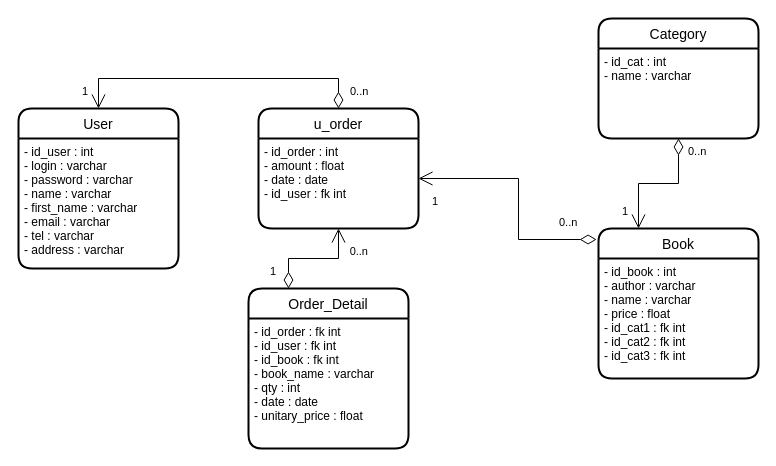
Before: page "DB_diag" (5 of 6) of files/eval_sara_v3.drawio in Saralune/Eval_JSA_2022, a draw.io diagram. Source tidied: cells renumbered, new cells numbered last; positions are measured from the earlier drawing's top-left corner, leaving out a move shared by most shapes. Both pictures are drawn from the tidied source at 100%, with x=0, y=0 at pixel (18, 18).
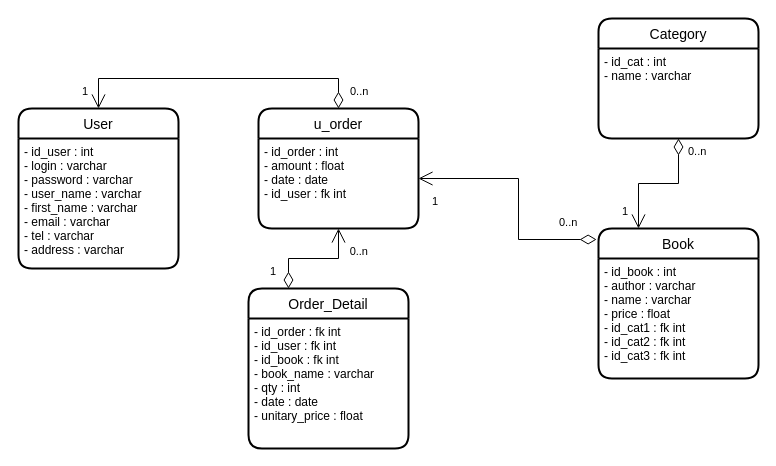
The same diagram, later.

Unchanged cells that the change refers to:
```xml
<mxCell id="2" value="User" style="swimlane;horizontal=1;startSize=30;rounded=1;fontSize=14;fontStyle=0;strokeWidth=2;shadow=0;dashed=0;align=center;" parent="1" vertex="1">
  <mxGeometry y="90" width="160" height="160" as="geometry" />
</mxCell>
```

Diff of the diagram source:
```diff
@@
-    <mxCell id="3" value="- id_user : int&#10;- login : varchar&#10;- password : varchar&#10;- name : varchar&#10;- first_name : varchar&#10;- email : varchar&#10;- tel : varchar&#10;- address : varchar" style="align=left;strokeColor=none;fillColor=none;spacingLeft=4;fontSize=12;verticalAlign=top;" parent="2" vertex="1">
+    <mxCell id="3" value="- id_user : int&#10;- login : varchar&#10;- password : varchar&#10;- user_name : varchar&#10;- first_name : varchar&#10;- email : varchar&#10;- tel : varchar&#10;- address : varchar" style="align=left;strokeColor=none;fillColor=none;spacingLeft=4;fontSize=12;verticalAlign=top;" parent="2" vertex="1">
       <mxGeometry y="30" width="160" height="130" as="geometry" />
     </mxCell>
```
